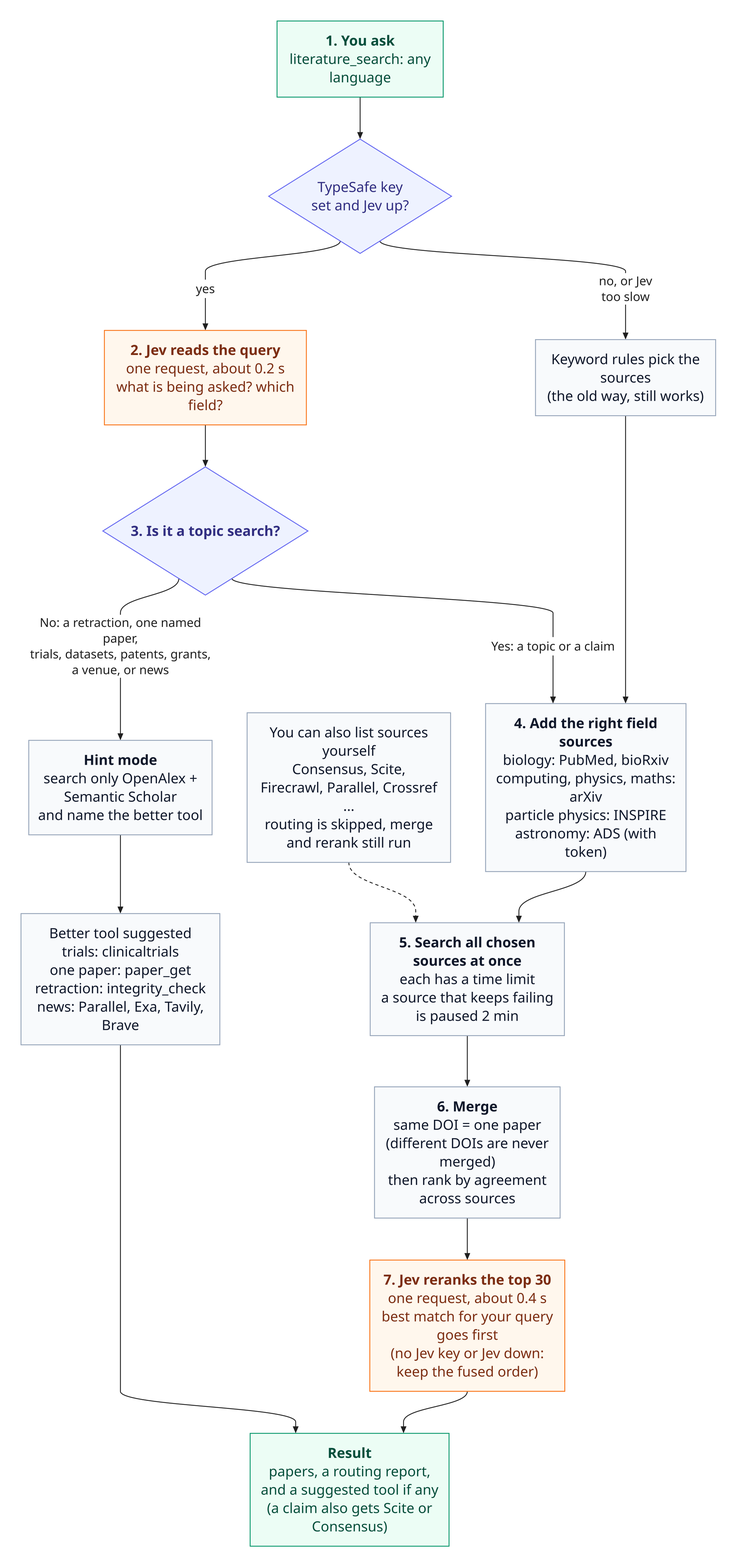
This is docs/assets/diagrams/jev-routing.png from raktim-mondol/academic-harness, a Mermaid export, as it was before one commit. Its source is kept beside it as docs/diagrams/jev-routing.mmd. Its diagram source:
```mermaid
flowchart TD
  q["<b>1. You ask</b><br/>literature_search: any language"] --> key{"TypeSafe key<br/>set and Jev up?"}
  key -->|"no, or Jev<br/>too slow"| rules["Keyword rules pick the sources<br/>(the old way, still works)"]
  key -->|yes| jev["<b>2. Jev reads the query</b><br/>one request, about 0.2 s<br/>what is being asked? which field?"]
  jev --> gate{"<b>3. Is it a topic search?</b>"}

  gate -->|"No: a retraction, one named paper,<br/>trials, datasets, patents, grants,<br/>a venue, or news"| hint["<b>Hint mode</b><br/>search only OpenAlex + Semantic Scholar<br/>and name the better tool"]
  gate -->|"Yes: a topic or a claim"| fields["<b>4. Add the right field sources</b><br/>biology: PubMed, bioRxiv<br/>computing, physics, maths: arXiv<br/>particle physics: INSPIRE<br/>astronomy: ADS (with token)"]
  rules --> fields

  hint --> tool["Better tool suggested<br/>trials: clinicaltrials<br/>one paper: paper_get<br/>retraction: integrity_check<br/>news: Parallel, Exa, Tavily, Brave"]

  fields --> run["<b>5. Search all chosen sources at once</b><br/>each has a time limit<br/>a source that keeps failing is paused 2 min"]

  run --> merge["<b>6. Merge</b><br/>same DOI = one paper<br/>(different DOIs are never merged)<br/>then rank by agreement across sources"]
  merge --> rerank["<b>7. Jev reranks the top 30</b><br/>one request, about 0.4 s<br/>best match for your query goes first<br/>(no Jev key or Jev down: keep the fused order)"]
  rerank --> out["<b>Result</b><br/>papers, a routing report,<br/>and a suggested tool if any<br/>(a claim also gets Scite or Consensus)"]
  tool --> out

  explicit["You can also list sources yourself<br/>Consensus, Scite, Firecrawl, Parallel, Crossref ...<br/>routing is skipped, merge and rerank still run"] -.-> run

  classDef step fill:#ecfdf5,stroke:#059669,color:#064e3b
  classDef decision fill:#eef2ff,stroke:#6366f1,color:#312e81
  classDef jevstep fill:#fff7ed,stroke:#f97316,color:#7c2d12
  classDef plain fill:#f8fafc,stroke:#94a3b8,color:#0f172a
  class q,out step
  class key,gate decision
  class jev,rerank jevstep
  class rules,hint,fields,run,merge,tool,explicit plain
```
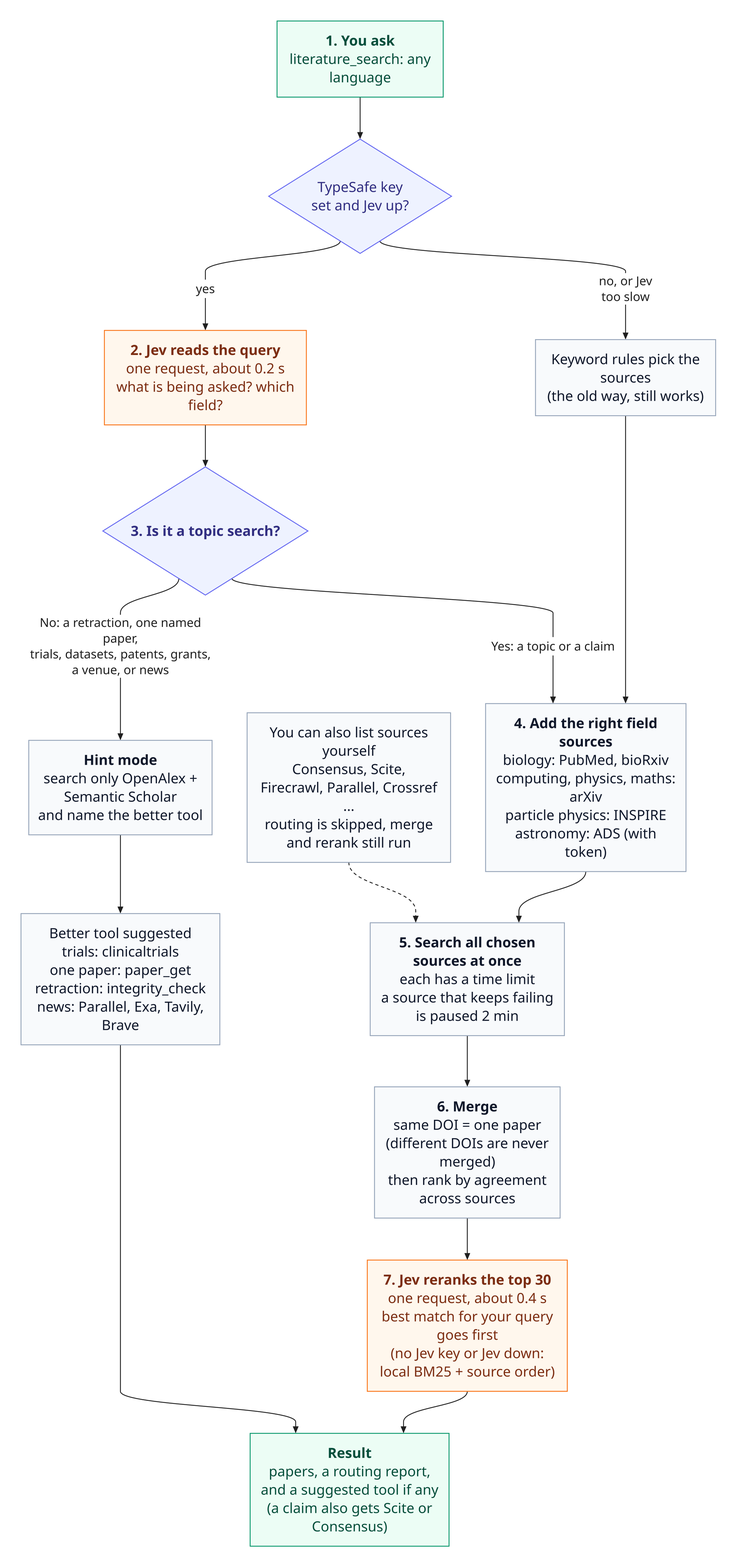
After the commit.

Commit message:
literature_search: local BM25 fallback for the rerank when there is no Jev key

Change to the diagram source:
```diff
@@ -13,7 +13,7 @@
   fields --> run["<b>5. Search all chosen sources at once</b><br/>each has a time limit<br/>a source that keeps failing is paused 2 min"]
 
   run --> merge["<b>6. Merge</b><br/>same DOI = one paper<br/>(different DOIs are never merged)<br/>then rank by agreement across sources"]
-  merge --> rerank["<b>7. Jev reranks the top 30</b><br/>one request, about 0.4 s<br/>best match for your query goes first<br/>(no Jev key or Jev down: keep the fused order)"]
+  merge --> rerank["<b>7. Jev reranks the top 30</b><br/>one request, about 0.4 s<br/>best match for your query goes first<br/>(no Jev key or Jev down:<br/>local BM25 + source order)"]
   rerank --> out["<b>Result</b><br/>papers, a routing report,<br/>and a suggested tool if any<br/>(a claim also gets Scite or Consensus)"]
   tool --> out
 
```
